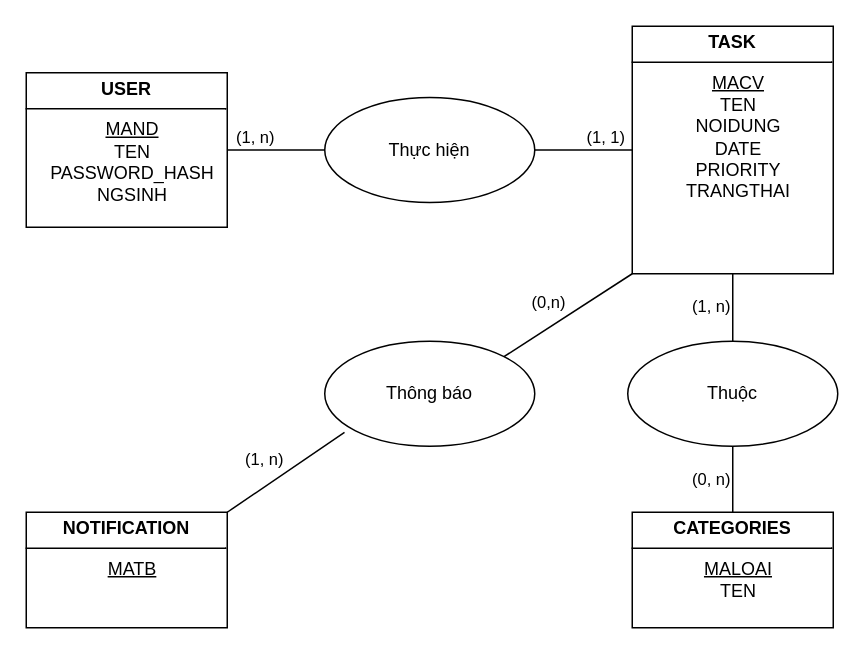
Before: task_management.drawio in ippapi/diagram, a draw.io diagram. Source tidied: cells renumbered, new cells numbered last; positions are measured from the earlier drawing's top-left corner, leaving out a move shared by most shapes. Both pictures are drawn from the tidied source at 150%, with x=0, y=0 at pixel (26, 26).
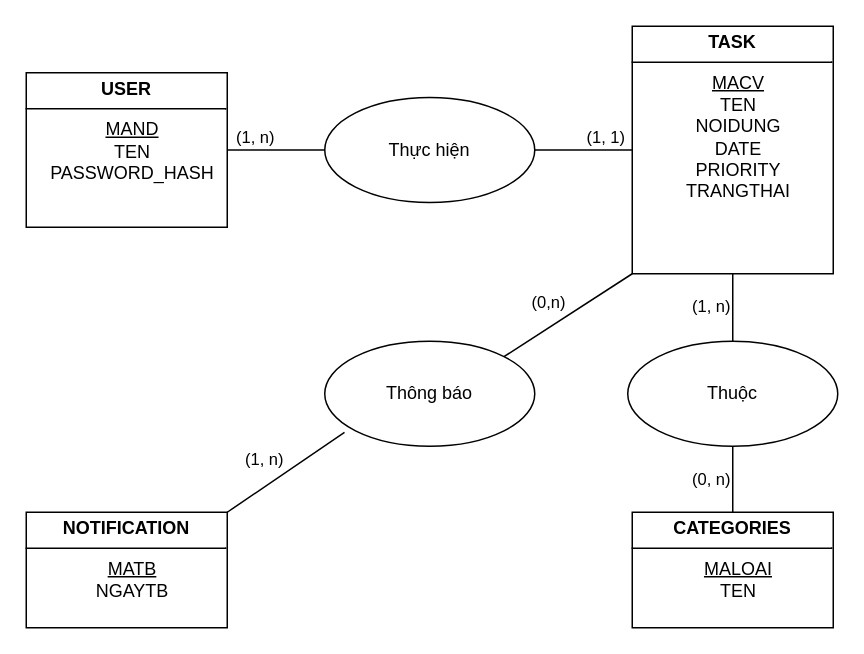
The same diagram, later.

The edit, as a diff of the source:
```diff
@@
 <mxGraphModel>
   <root>
     <mxCell id="0" />
     <mxCell id="1" parent="0" />
-    <mxCell id="2" value="&lt;p style=&quot;margin: 4px 0px 0px;&quot;&gt;&lt;b&gt;USER&lt;/b&gt;&lt;/p&gt;&lt;hr size=&quot;1&quot; style=&quot;border-style:solid;&quot;&gt;&lt;p style=&quot;margin: 0px 0px 0px 8px;&quot;&gt;&lt;u&gt;MAND&lt;/u&gt;&lt;/p&gt;&lt;p style=&quot;margin: 0px 0px 0px 8px;&quot;&gt;TEN&lt;/p&gt;&lt;p style=&quot;margin: 0px 0px 0px 8px;&quot;&gt;PASSWORD_HASH&lt;/p&gt;&lt;p style=&quot;margin: 0px 0px 0px 8px;&quot;&gt;NGSINH&lt;/p&gt;" style="verticalAlign=top;align=center;overflow=fill;html=1;whiteSpace=wrap;" parent="1" vertex="1">
+    <mxCell id="2" value="&lt;p style=&quot;margin: 4px 0px 0px;&quot;&gt;&lt;b&gt;USER&lt;/b&gt;&lt;/p&gt;&lt;hr size=&quot;1&quot; style=&quot;border-style:solid;&quot;&gt;&lt;p style=&quot;margin: 0px 0px 0px 8px;&quot;&gt;&lt;u&gt;MAND&lt;/u&gt;&lt;/p&gt;&lt;p style=&quot;margin: 0px 0px 0px 8px;&quot;&gt;TEN&lt;/p&gt;&lt;p style=&quot;margin: 0px 0px 0px 8px;&quot;&gt;PASSWORD_HASH&lt;/p&gt;" style="verticalAlign=top;align=center;overflow=fill;html=1;whiteSpace=wrap;" parent="1" vertex="1">
       <mxGeometry y="31" width="134" height="103" as="geometry" />
     </mxCell>
     <mxCell id="3" value="&lt;p style=&quot;margin: 4px 0px 0px;&quot;&gt;&lt;b style=&quot;&quot;&gt;TASK&lt;/b&gt;&lt;/p&gt;&lt;hr style=&quot;border-style:solid;&quot; size=&quot;1&quot;&gt;&lt;p style=&quot;margin:0px;margin-left:8px;&quot;&gt;&lt;u&gt;MACV&lt;/u&gt;&lt;/p&gt;&lt;p style=&quot;margin:0px;margin-left:8px;&quot;&gt;TEN&lt;/p&gt;&lt;p style=&quot;margin:0px;margin-left:8px;&quot;&gt;NOIDUNG&lt;/p&gt;&lt;p style=&quot;margin:0px;margin-left:8px;&quot;&gt;DATE&lt;/p&gt;&lt;p style=&quot;margin:0px;margin-left:8px;&quot;&gt;PRIORITY&lt;/p&gt;&lt;p style=&quot;margin:0px;margin-left:8px;&quot;&gt;TRANGTHAI&lt;/p&gt;" style="verticalAlign=top;align=center;overflow=fill;html=1;whiteSpace=wrap;" parent="1" vertex="1">
       <mxGeometry x="404" width="134" height="165" as="geometry" />
     </mxCell>
     <mxCell id="4" value="&lt;p style=&quot;margin: 4px 0px 0px;&quot;&gt;&lt;b&gt;CATEGORIES&lt;/b&gt;&lt;/p&gt;&lt;hr size=&quot;1&quot; style=&quot;border-style:solid;&quot;&gt;&lt;p style=&quot;margin: 0px 0px 0px 8px;&quot;&gt;&lt;u&gt;MALOAI&lt;/u&gt;&lt;/p&gt;&lt;p style=&quot;margin: 0px 0px 0px 8px;&quot;&gt;TEN&lt;/p&gt;" style="verticalAlign=top;align=center;overflow=fill;html=1;whiteSpace=wrap;" parent="1" vertex="1">
       <mxGeometry x="404" y="324" width="134" height="77" as="geometry" />
     </mxCell>
-    <mxCell id="5" value="&lt;p style=&quot;margin: 4px 0px 0px;&quot;&gt;&lt;b&gt;NOTIFICATION&lt;/b&gt;&lt;/p&gt;&lt;hr size=&quot;1&quot; style=&quot;border-style:solid;&quot;&gt;&lt;p style=&quot;margin: 0px 0px 0px 8px;&quot;&gt;&lt;u&gt;MATB&lt;/u&gt;&lt;/p&gt;" style="verticalAlign=top;align=center;overflow=fill;html=1;whiteSpace=wrap;" parent="1" vertex="1">
+    <mxCell id="5" value="&lt;p style=&quot;margin: 4px 0px 0px;&quot;&gt;&lt;b&gt;NOTIFICATION&lt;/b&gt;&lt;/p&gt;&lt;hr size=&quot;1&quot; style=&quot;border-style:solid;&quot;&gt;&lt;p style=&quot;margin: 0px 0px 0px 8px;&quot;&gt;&lt;u&gt;MATB&lt;/u&gt;&lt;/p&gt;&lt;p style=&quot;margin: 0px 0px 0px 8px;&quot;&gt;NGAYTB&lt;/p&gt;" style="verticalAlign=top;align=center;overflow=fill;html=1;whiteSpace=wrap;" parent="1" vertex="1">
       <mxGeometry y="324" width="134" height="77" as="geometry" />
     </mxCell>
     <mxCell id="6" value="Thực hiện" style="ellipse;whiteSpace=wrap;html=1;" parent="1" vertex="1">
       <mxGeometry x="199" y="47.5" width="140" height="70" as="geometry" />
     </mxCell>
     <mxCell id="7" value="(1, n)" style="endArrow=none;html=1;rounded=0;exitX=1;exitY=0.5;exitDx=0;exitDy=0;entryX=0;entryY=0.5;entryDx=0;entryDy=0;align=right;horizontal=1;verticalAlign=bottom;" parent="1" edge="1" source="2" target="6">
       <mxGeometry relative="1" as="geometry" />
     </mxCell>
     <mxCell id="8" value="(1, 1)" style="endArrow=none;html=1;rounded=0;exitX=1;exitY=0.5;exitDx=0;exitDy=0;entryX=0;entryY=0.5;entryDx=0;entryDy=0;align=left;verticalAlign=bottom;" parent="1" edge="1" source="6" target="3">
       <mxGeometry relative="1" as="geometry" />
     </mxCell>
     <mxCell id="9" value="Thuộc" style="ellipse;whiteSpace=wrap;html=1;" parent="1" vertex="1">
       <mxGeometry x="401" y="210" width="140" height="70" as="geometry" />
     </mxCell>
     <mxCell id="10" value="(1, n)" style="endArrow=none;html=1;rounded=0;exitX=0.5;exitY=0;exitDx=0;exitDy=0;entryX=0.5;entryY=1;entryDx=0;entryDy=0;align=right;" parent="1" edge="1" source="9" target="3">
       <mxGeometry relative="1" as="geometry" />
     </mxCell>
     <mxCell id="11" value="(0, n)" style="endArrow=none;html=1;rounded=0;entryX=0.5;entryY=1;entryDx=0;entryDy=0;align=right;verticalAlign=middle;" parent="1" edge="1" target="9">
       <mxGeometry relative="1" as="geometry">
         <mxPoint x="471" y="324" as="sourcePoint" />
       </mxGeometry>
     </mxCell>
     <mxCell id="12" value="Thông báo" style="ellipse;whiteSpace=wrap;html=1;" parent="1" vertex="1">
       <mxGeometry x="199" y="210" width="140" height="70" as="geometry" />
     </mxCell>
     <mxCell id="13" value="(1, n)" style="endArrow=none;html=1;rounded=0;exitX=1;exitY=0;exitDx=0;exitDy=0;entryX=0.094;entryY=0.869;entryDx=0;entryDy=0;entryPerimeter=0;align=right;verticalAlign=bottom;" parent="1" edge="1" source="5" target="12">
       <mxGeometry relative="1" as="geometry" />
     </mxCell>
     <mxCell id="14" value="(0,n)" style="endArrow=none;html=1;rounded=0;exitX=1;exitY=0;exitDx=0;exitDy=0;entryX=0;entryY=1;entryDx=0;entryDy=0;align=right;verticalAlign=bottom;" parent="1" edge="1" source="12" target="3">
       <mxGeometry relative="1" as="geometry" />
     </mxCell>
   </root>
 </mxGraphModel>
```
